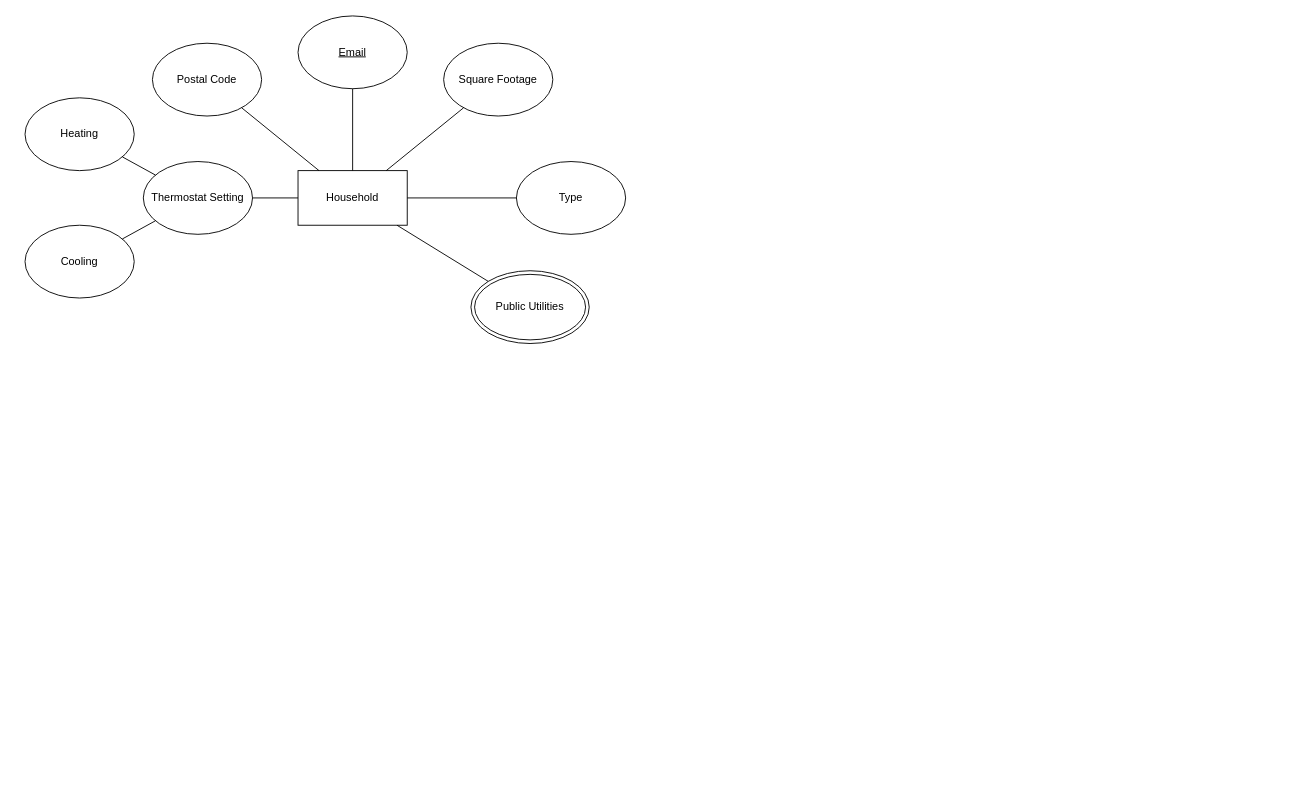
Above: EER.drawio in isteven-shu/image-library (draw.io), before the change. Source tidied: cells renumbered, new cells numbered last; positions are measured from the earlier drawing's top-left corner, leaving out a move shared by most shapes. Both pictures are drawn from the tidied source at 91%, with x=0, y=0 at pixel (25, 15).
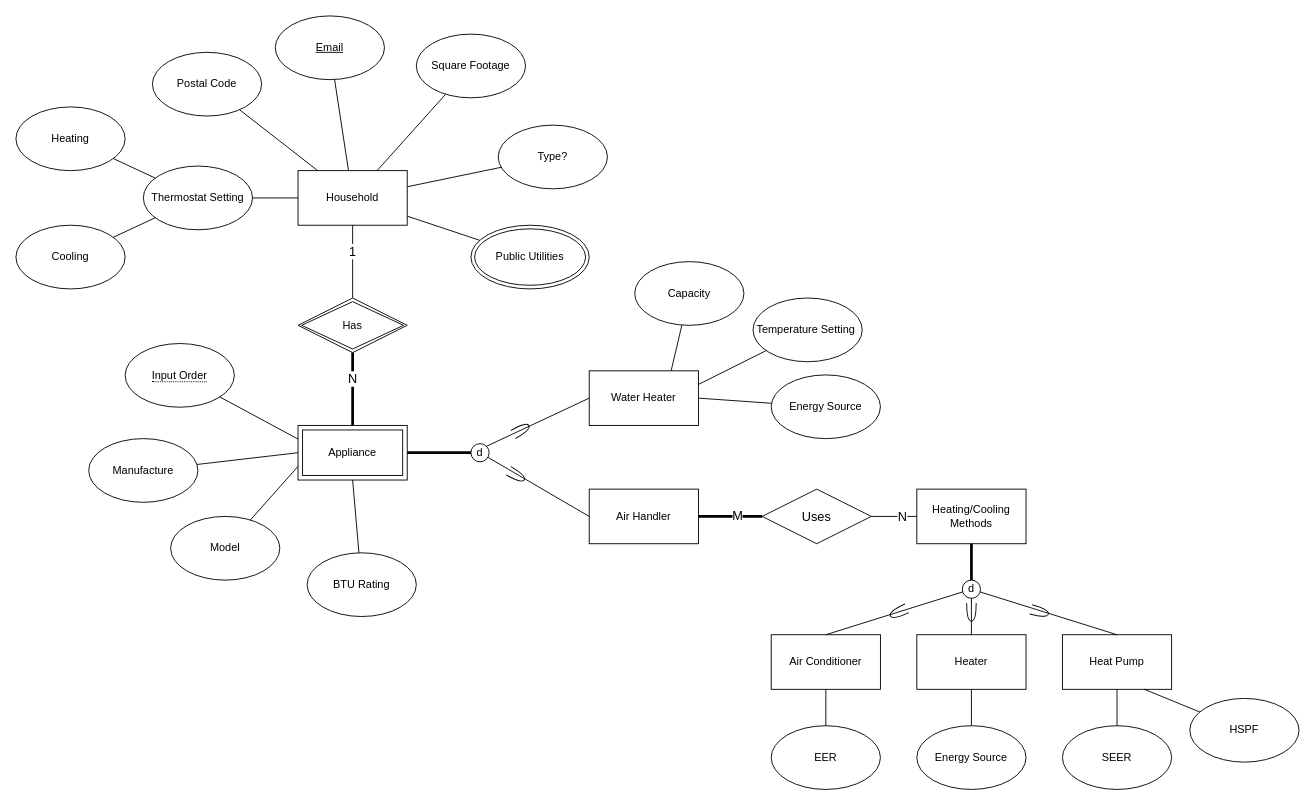
The same page after the edit.

The change refers to these unchanged cells:
```xml
<mxCell id="2" value="Household" style="rounded=0;whiteSpace=wrap;html=1;" parent="1" vertex="1">
  <mxGeometry x="300" y="170" width="120" height="60" as="geometry" />
</mxCell>
```

What changed in the source:
```diff
@@
     <mxCell id="3" value="&lt;u&gt;Email&lt;/u&gt;" style="ellipse;whiteSpace=wrap;html=1;" parent="1" vertex="1">
-      <mxGeometry x="300" width="120" height="80" as="geometry" />
+      <mxGeometry x="275" width="120" height="70" as="geometry" />
     </mxCell>
     <mxCell id="4" value="Square Footage" style="ellipse;whiteSpace=wrap;html=1;" parent="1" vertex="1">
-      <mxGeometry x="460" y="30" width="120" height="80" as="geometry" />
+      <mxGeometry x="430" y="20" width="120" height="70" as="geometry" />
     </mxCell>
-    <mxCell id="5" value="Type" style="ellipse;whiteSpace=wrap;html=1;" parent="1" vertex="1">
-      <mxGeometry x="540" y="160" width="120" height="80" as="geometry" />
+    <mxCell id="5" value="Type?" style="ellipse;whiteSpace=wrap;html=1;" parent="1" vertex="1">
+      <mxGeometry x="520" y="120" width="120" height="70" as="geometry" />
     </mxCell>
     <mxCell id="6" value="Public Utilities" style="ellipse;shape=doubleEllipse;whiteSpace=wrap;html=1;" parent="1" vertex="1">
-      <mxGeometry x="490" y="280" width="130" height="80" as="geometry" />
+      <mxGeometry x="490" y="230" width="130" height="70" as="geometry" />
     </mxCell>
     <mxCell id="7" value="Thermostat Setting" style="ellipse;whiteSpace=wrap;html=1;" parent="1" vertex="1">
-      <mxGeometry x="130" y="160" width="120" height="80" as="geometry" />
+      <mxGeometry x="130" y="165" width="120" height="70" as="geometry" />
     </mxCell>
     <mxCell id="8" value="Heating" style="ellipse;whiteSpace=wrap;html=1;" parent="1" vertex="1">
-      <mxGeometry y="90" width="120" height="80" as="geometry" />
+      <mxGeometry x="-10" y="100" width="120" height="70" as="geometry" />
     </mxCell>
     <mxCell id="9" value="Cooling" style="ellipse;whiteSpace=wrap;html=1;" parent="1" vertex="1">
-      <mxGeometry y="230" width="120" height="80" as="geometry" />
+      <mxGeometry x="-10" y="230" width="120" height="70" as="geometry" />
     </mxCell>
     <mxCell id="10" value="Postal Code" style="ellipse;whiteSpace=wrap;html=1;" parent="1" vertex="1">
-      <mxGeometry x="140" y="30" width="120" height="80" as="geometry" />
+      <mxGeometry x="140" y="40" width="120" height="70" as="geometry" />
     </mxCell>
@@
+    <mxCell id="19" style="endArrow=none;html=1;rounded=0;startArrow=none;" parent="1" edge="1" source="22">
+      <mxGeometry relative="1" as="geometry">
+        <mxPoint x="360" y="350" as="targetPoint" />
+      </mxGeometry>
+    </mxCell>
+    <mxCell id="20" style="endArrow=none;html=1;rounded=0;" parent="1" edge="1" source="2" target="22">
+      <mxGeometry relative="1" as="geometry" />
+    </mxCell>
+    <mxCell id="21" value="1" style="edgeLabel;html=1;align=center;verticalAlign=middle;fontSize=14;" parent="20" vertex="1">
+      <mxGeometry x="-0.29" y="-1" relative="1" as="geometry" />
+    </mxCell>
+    <mxCell id="22" value="Has" style="shape=rhombus;double=1;perimeter=rhombusPerimeter;whiteSpace=wrap;html=1;align=center;" parent="1" vertex="1">
+      <mxGeometry x="300" y="310" width="120" height="60" as="geometry" />
+    </mxCell>
+    <mxCell id="23" value="Appliance" style="shape=ext;margin=3;double=1;whiteSpace=wrap;html=1;align=center;" parent="1" vertex="1">
+      <mxGeometry x="300" y="450" width="120" height="60" as="geometry" />
+    </mxCell>
+    <mxCell id="24" value="&lt;span style=&quot;border-bottom: 1px dotted&quot;&gt;Input Order&lt;/span&gt;" style="ellipse;whiteSpace=wrap;html=1;align=center;" parent="1" vertex="1">
+      <mxGeometry x="110" y="360" width="120" height="70" as="geometry" />
+    </mxCell>
+    <mxCell id="25" style="endArrow=none;html=1;rounded=0;entryX=0;entryY=0.25;entryDx=0;entryDy=0;" parent="1" edge="1" source="24" target="23">
+      <mxGeometry relative="1" as="geometry" />
+    </mxCell>
+    <mxCell id="26" style="endArrow=none;html=1;rounded=0;strokeWidth=3;" parent="1" edge="1" source="22" target="23">
+      <mxGeometry relative="1" as="geometry" />
+    </mxCell>
+    <mxCell id="27" value="N" style="edgeLabel;html=1;align=center;verticalAlign=middle;fontSize=14;" parent="26" vertex="1">
+      <mxGeometry x="-0.29" y="-1" relative="1" as="geometry" />
+    </mxCell>
+    <mxCell id="28" value="Manufacture" style="ellipse;whiteSpace=wrap;html=1;" parent="1" vertex="1">
+      <mxGeometry x="70" y="464.5" width="120" height="70" as="geometry" />
+    </mxCell>
+    <mxCell id="29" style="endArrow=none;html=1;rounded=0;entryX=0;entryY=0.5;entryDx=0;entryDy=0;" parent="1" edge="1" source="28" target="23">
+      <mxGeometry relative="1" as="geometry" />
+    </mxCell>
+    <mxCell id="30" value="Model" style="ellipse;whiteSpace=wrap;html=1;" parent="1" vertex="1">
+      <mxGeometry x="160" y="550" width="120" height="70" as="geometry" />
+    </mxCell>
+    <mxCell id="31" style="endArrow=none;html=1;rounded=0;entryX=0;entryY=0.75;entryDx=0;entryDy=0;" parent="1" edge="1" source="30" target="23">
+      <mxGeometry relative="1" as="geometry" />
+    </mxCell>
+    <mxCell id="32" value="BTU Rating" style="ellipse;whiteSpace=wrap;html=1;" parent="1" vertex="1">
+      <mxGeometry x="310" y="590" width="120" height="70" as="geometry" />
+    </mxCell>
+    <mxCell id="33" style="endArrow=none;html=1;rounded=0;exitX=0.5;exitY=1;exitDx=0;exitDy=0;" parent="1" edge="1" source="23" target="32">
+      <mxGeometry relative="1" as="geometry" />
+    </mxCell>
+    <mxCell id="34" style="endArrow=none;html=1;rounded=0;exitX=1;exitY=0.5;exitDx=0;exitDy=0;strokeWidth=3;entryX=0;entryY=0.5;entryDx=0;entryDy=0;" parent="1" edge="1" source="23" target="35">
+      <mxGeometry relative="1" as="geometry" />
+    </mxCell>
+    <mxCell id="35" value="d" style="ellipse;whiteSpace=wrap;html=1;" parent="1" vertex="1">
+      <mxGeometry x="490" y="470" width="20" height="20" as="geometry" />
+    </mxCell>
+    <mxCell id="36" value="Water Heater" style="rounded=0;whiteSpace=wrap;html=1;" parent="1" vertex="1">
+      <mxGeometry x="620" y="390" width="120" height="60" as="geometry" />
+    </mxCell>
+    <mxCell id="37" value="Air Handler" style="rounded=0;whiteSpace=wrap;html=1;" parent="1" vertex="1">
+      <mxGeometry x="620" y="520" width="120" height="60" as="geometry" />
+    </mxCell>
+    <mxCell id="38" value="Capacity" style="ellipse;whiteSpace=wrap;html=1;" parent="1" vertex="1">
+      <mxGeometry x="670" y="270" width="120" height="70" as="geometry" />
+    </mxCell>
+    <mxCell id="39" value="Temperature Setting&amp;nbsp;" style="ellipse;whiteSpace=wrap;html=1;" parent="1" vertex="1">
+      <mxGeometry x="800" y="310" width="120" height="70" as="geometry" />
+    </mxCell>
+    <mxCell id="40" value="Energy Source" style="ellipse;whiteSpace=wrap;html=1;" parent="1" vertex="1">
+      <mxGeometry x="820" y="394.5" width="120" height="70" as="geometry" />
+    </mxCell>
+    <mxCell id="41" style="endArrow=none;html=1;rounded=0;entryX=0.75;entryY=0;entryDx=0;entryDy=0;" parent="1" edge="1" source="38" target="36">
+      <mxGeometry relative="1" as="geometry" />
+    </mxCell>
+    <mxCell id="42" style="endArrow=none;html=1;rounded=0;entryX=1;entryY=0.25;entryDx=0;entryDy=0;" parent="1" edge="1" source="39" target="36">
+      <mxGeometry relative="1" as="geometry" />
+    </mxCell>
+    <mxCell id="43" style="endArrow=none;html=1;rounded=0;entryX=1;entryY=0.5;entryDx=0;entryDy=0;" parent="1" edge="1" source="40" target="36">
+      <mxGeometry relative="1" as="geometry" />
+    </mxCell>
+    <mxCell id="44" style="group;" parent="1" vertex="1">
+      <mxGeometry x="533.8" y="445.7" width="22.4" height="18.8" as="geometry" />
+    </mxCell>
+    <mxCell id="45" style="shape=requiredInterface;html=1;verticalLabelPosition=bottom;sketch=0;labelBackgroundColor=#FFFFFF;fontSize=14;rotation=-30;" parent="44" vertex="1">
+      <mxGeometry x="1.2" y="4.3" width="20" height="10.2" as="geometry" />
+    </mxCell>
+    <mxCell id="46" style="endArrow=none;html=1;rounded=0;exitX=0;exitY=0.5;exitDx=0;exitDy=0;entryX=1;entryY=0;entryDx=0;entryDy=0;" parent="44" edge="1" source="36" target="35">
+      <mxGeometry relative="1" as="geometry" />
+    </mxCell>
+    <mxCell id="47" style="group;" parent="1" vertex="1">
+      <mxGeometry x="528.7" y="495.2" width="22.6" height="19.1" as="geometry" />
+    </mxCell>
+    <mxCell id="48" style="endArrow=none;html=1;rounded=0;exitX=0;exitY=0.5;exitDx=0;exitDy=0;" parent="47" edge="1" source="37" target="35">
+      <mxGeometry relative="1" as="geometry" />
+    </mxCell>
+    <mxCell id="49" style="shape=requiredInterface;html=1;verticalLabelPosition=bottom;sketch=0;labelBackgroundColor=#FFFFFF;fontSize=14;rotation=30;" parent="47" vertex="1">
+      <mxGeometry x="1.3" y="4.3" width="20" height="10.5" as="geometry" />
+    </mxCell>
+    <mxCell id="50" value="Uses" style="shape=rhombus;perimeter=rhombusPerimeter;whiteSpace=wrap;html=1;align=center;labelBackgroundColor=#FFFFFF;fontSize=14;" parent="1" vertex="1">
+      <mxGeometry x="810" y="520" width="120" height="60" as="geometry" />
+    </mxCell>
+    <mxCell id="51" style="endArrow=none;html=1;rounded=0;strokeWidth=3;" parent="1" edge="1" source="37" target="50">
+      <mxGeometry relative="1" as="geometry" />
+    </mxCell>
+    <mxCell id="52" value="M" style="edgeLabel;html=1;align=center;verticalAlign=middle;fontSize=14;" parent="51" vertex="1">
+      <mxGeometry x="0.2" y="2" relative="1" as="geometry" />
+    </mxCell>
+    <mxCell id="53" value="Heating/Cooling Methods" style="rounded=0;whiteSpace=wrap;html=1;" parent="1" vertex="1">
+      <mxGeometry x="980" y="520" width="120" height="60" as="geometry" />
+    </mxCell>
+    <mxCell id="54" style="endArrow=none;html=1;rounded=0;" parent="1" edge="1" source="50" target="53">
+      <mxGeometry relative="1" as="geometry" />
+    </mxCell>
+    <mxCell id="55" value="N" style="edgeLabel;html=1;align=center;verticalAlign=middle;fontSize=14;" parent="54" vertex="1">
+      <mxGeometry x="0.31" relative="1" as="geometry" />
+    </mxCell>
+    <mxCell id="56" style="endArrow=none;html=1;rounded=0;strokeWidth=3;" parent="1" edge="1" source="53" target="57">
+      <mxGeometry relative="1" as="geometry" />
+    </mxCell>
+    <mxCell id="57" value="d" style="ellipse;whiteSpace=wrap;html=1;" parent="1" vertex="1">
+      <mxGeometry x="1030" y="620" width="20" height="20" as="geometry" />
+    </mxCell>
+    <mxCell id="58" value="Air Conditioner" style="rounded=0;whiteSpace=wrap;html=1;" parent="1" vertex="1">
+      <mxGeometry x="820" y="680" width="120" height="60" as="geometry" />
+    </mxCell>
+    <mxCell id="59" value="Heater" style="rounded=0;whiteSpace=wrap;html=1;" parent="1" vertex="1">
+      <mxGeometry x="980" y="680" width="120" height="60" as="geometry" />
+    </mxCell>
+    <mxCell id="60" value="Heat Pump" style="rounded=0;whiteSpace=wrap;html=1;" parent="1" vertex="1">
+      <mxGeometry x="1140" y="680" width="120" height="60" as="geometry" />
+    </mxCell>
+    <mxCell id="61" style="endArrow=none;html=1;rounded=0;entryX=0.5;entryY=0;entryDx=0;entryDy=0;" parent="1" edge="1" source="57" target="58">
+      <mxGeometry relative="1" as="geometry" />
+    </mxCell>
+    <mxCell id="62" style="endArrow=none;html=1;rounded=0;" parent="1" edge="1" source="57" target="59">
+      <mxGeometry relative="1" as="geometry" />
+    </mxCell>
+    <mxCell id="63" style="endArrow=none;html=1;rounded=0;entryX=0.5;entryY=0;entryDx=0;entryDy=0;" parent="1" edge="1" source="57" target="60">
+      <mxGeometry relative="1" as="geometry" />
+    </mxCell>
+    <mxCell id="64" style="shape=requiredInterface;html=1;verticalLabelPosition=bottom;sketch=0;labelBackgroundColor=#FFFFFF;fontSize=14;rotation=-205;" parent="1" vertex="1">
+      <mxGeometry x="950" y="650" width="20" height="10.5" as="geometry" />
+    </mxCell>
+    <mxCell id="65" style="shape=requiredInterface;html=1;verticalLabelPosition=bottom;sketch=0;labelBackgroundColor=#FFFFFF;fontSize=14;rotation=90;" parent="1" vertex="1">
+      <mxGeometry x="1030" y="650" width="20" height="10.5" as="geometry" />
+    </mxCell>
+    <mxCell id="66" style="shape=requiredInterface;html=1;verticalLabelPosition=bottom;sketch=0;labelBackgroundColor=#FFFFFF;fontSize=14;rotation=15;" parent="1" vertex="1">
+      <mxGeometry x="1105" y="649.5" width="20" height="10.5" as="geometry" />
+    </mxCell>
+    <mxCell id="67" value="EER" style="ellipse;whiteSpace=wrap;html=1;" parent="1" vertex="1">
+      <mxGeometry x="820" y="780" width="120" height="70" as="geometry" />
+    </mxCell>
+    <mxCell id="68" style="endArrow=none;html=1;rounded=0;exitX=0.5;exitY=1;exitDx=0;exitDy=0;" parent="1" edge="1" source="58" target="67">
+      <mxGeometry relative="1" as="geometry" />
+    </mxCell>
+    <mxCell id="69" value="Energy Source" style="ellipse;whiteSpace=wrap;html=1;" parent="1" vertex="1">
+      <mxGeometry x="980" y="780" width="120" height="70" as="geometry" />
+    </mxCell>
+    <mxCell id="70" style="endArrow=none;html=1;rounded=0;exitX=0.5;exitY=1;exitDx=0;exitDy=0;" parent="1" edge="1" source="59" target="69">
+      <mxGeometry relative="1" as="geometry" />
+    </mxCell>
+    <mxCell id="71" value="SEER" style="ellipse;whiteSpace=wrap;html=1;" parent="1" vertex="1">
+      <mxGeometry x="1140" y="780" width="120" height="70" as="geometry" />
+    </mxCell>
+    <mxCell id="72" value="HSPF" style="ellipse;whiteSpace=wrap;html=1;" parent="1" vertex="1">
+      <mxGeometry x="1280" y="750" width="120" height="70" as="geometry" />
+    </mxCell>
+    <mxCell id="73" style="endArrow=none;html=1;rounded=0;exitX=0.5;exitY=1;exitDx=0;exitDy=0;entryX=0.5;entryY=0;entryDx=0;entryDy=0;" parent="1" edge="1" source="60" target="71">
+      <mxGeometry relative="1" as="geometry" />
+    </mxCell>
+    <mxCell id="74" style="endArrow=none;html=1;rounded=0;exitX=0.75;exitY=1;exitDx=0;exitDy=0;" parent="1" edge="1" source="60" target="72">
+      <mxGeometry relative="1" as="geometry" />
+    </mxCell>
```
